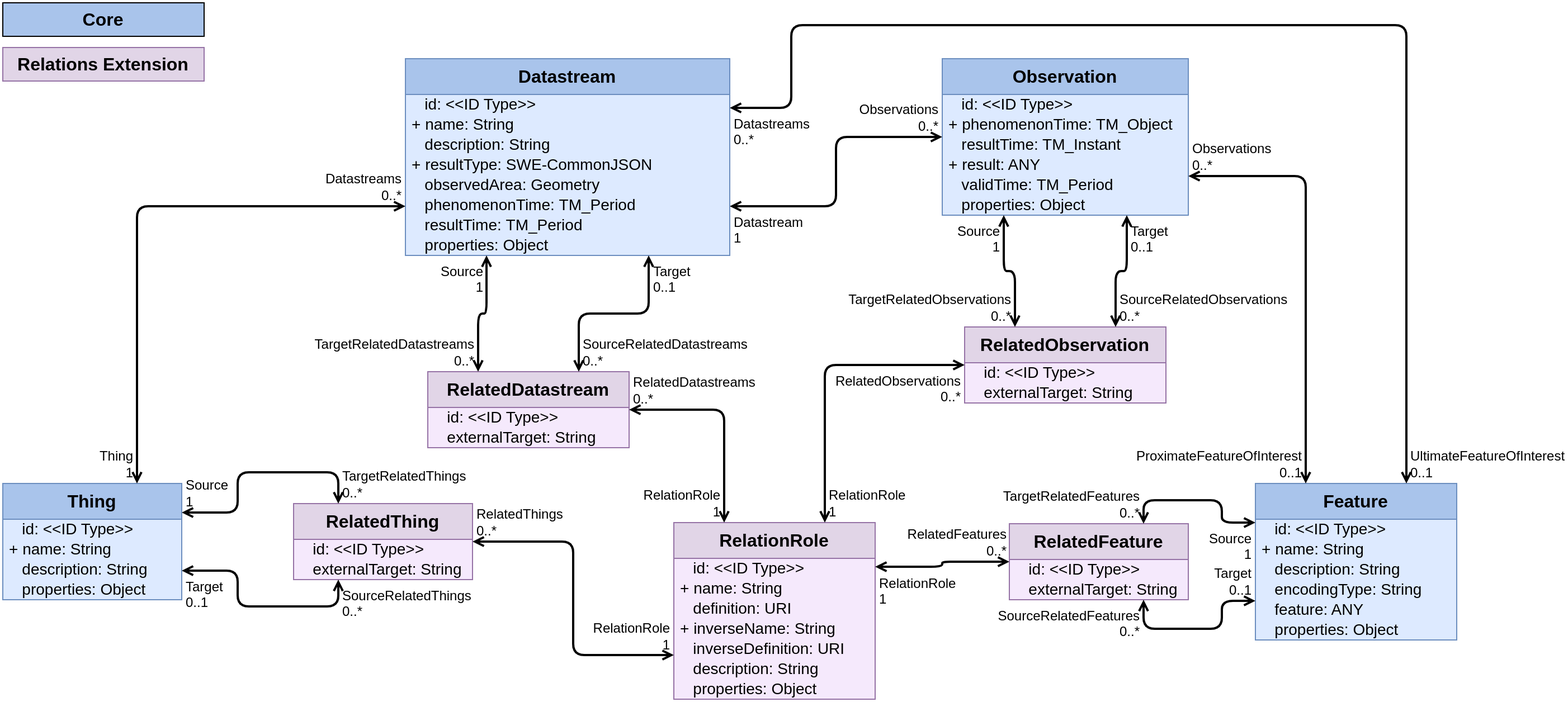
Before: figures/Datamodel-SensorThingsApi-V2-Relations.drawio.png, a diagram exported from draw.io (opengeospatial/sensorthings). Source tidied: cells renumbered, new cells last; positions are measured from the earlier drawing's top-left corner, leaving out a move shared by most shapes.
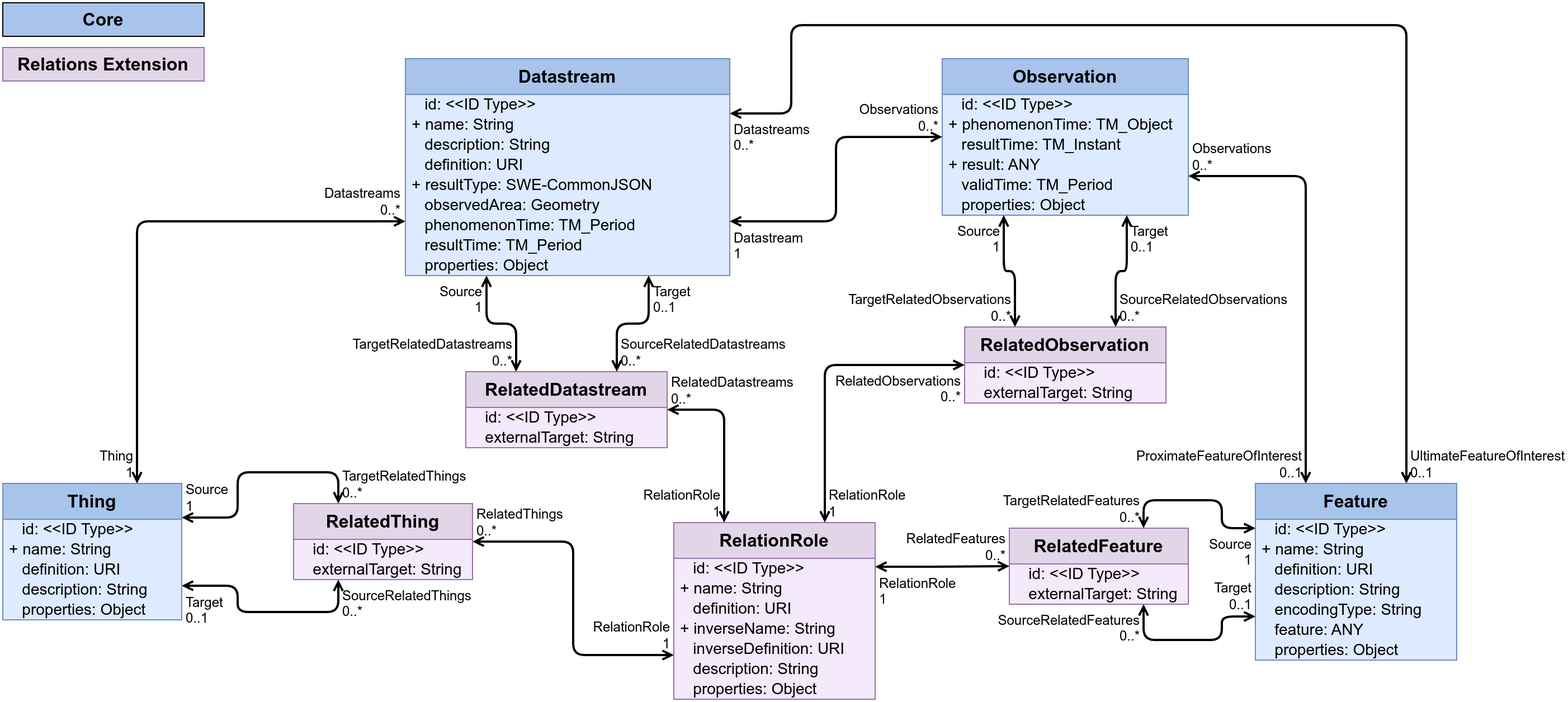
The same file after the commit.

What changed in the source:
```diff
@@ -3,7 +3,7 @@
     <mxCell id="0" />
     <mxCell id="1" parent="0" />
     <mxCell id="2" value="Datastream" style="swimlane;fontStyle=1;horizontal=1;startSize=32;fontSize=16;whiteSpace=wrap;html=1;fillColor=#A9C4EB;strokeColor=#6c8ebf;swimlaneFillColor=#DDEAFF;verticalAlign=top;" parent="1" vertex="1">
-      <mxGeometry x="360" y="50" width="290" height="176" as="geometry" />
+      <mxGeometry x="360" y="50" width="290" height="194" as="geometry" />
     </mxCell>
     <mxCell id="3" value="&amp;nbsp;&amp;nbsp;&amp;nbsp;id: &amp;lt;&amp;lt;ID Type&amp;gt;&amp;gt;" style="text;strokeColor=none;fillColor=none;align=left;verticalAlign=middle;spacingLeft=4;spacingRight=4;overflow=visible;html=1;fontSize=14;" parent="2" vertex="1">
       <mxGeometry y="32" width="290" height="18" as="geometry" />
@@ -14,23 +14,26 @@
     <mxCell id="5" value="&amp;nbsp; &amp;nbsp;description: String" style="text;strokeColor=none;fillColor=none;align=left;verticalAlign=middle;spacingLeft=4;spacingRight=4;overflow=visible;html=1;fontSize=14;" parent="2" vertex="1">
       <mxGeometry y="68" width="290" height="18" as="geometry" />
     </mxCell>
+    <mxCell id="100" value="&amp;nbsp;&amp;nbsp;&amp;nbsp;definition: URI" style="text;strokeColor=none;fillColor=none;align=left;verticalAlign=middle;spacingLeft=4;spacingRight=4;overflow=visible;html=1;fontSize=14;" parent="2" vertex="1">
+      <mxGeometry y="86" width="290" height="18" as="geometry" />
+    </mxCell>
     <mxCell id="6" value="+ resultType: SWE-CommonJSON" style="text;strokeColor=none;fillColor=none;align=left;verticalAlign=middle;spacingLeft=4;spacingRight=4;overflow=visible;html=1;fontSize=14;" parent="2" vertex="1">
-      <mxGeometry y="86" width="290" height="18" as="geometry" />
+      <mxGeometry y="104" width="290" height="18" as="geometry" />
     </mxCell>
     <mxCell id="7" value="&amp;nbsp;&amp;nbsp;&amp;nbsp;observedArea: Geometry" style="text;strokeColor=none;fillColor=none;align=left;verticalAlign=middle;spacingLeft=4;spacingRight=4;overflow=visible;html=1;fontSize=14;" parent="2" vertex="1">
-      <mxGeometry y="104" width="290" height="18" as="geometry" />
+      <mxGeometry y="122" width="290" height="18" as="geometry" />
     </mxCell>
     <mxCell id="8" value="&amp;nbsp;&amp;nbsp;&amp;nbsp;phenomenonTime:&amp;nbsp;TM_Period" style="text;strokeColor=none;fillColor=none;align=left;verticalAlign=middle;spacingLeft=4;spacingRight=4;overflow=visible;html=1;fontSize=14;" parent="2" vertex="1">
-      <mxGeometry y="122" width="290" height="18" as="geometry" />
+      <mxGeometry y="140" width="290" height="18" as="geometry" />
     </mxCell>
     <mxCell id="9" value="&amp;nbsp;&amp;nbsp;&amp;nbsp;resultTime:&amp;nbsp;TM_Period" style="text;strokeColor=none;fillColor=none;align=left;verticalAlign=middle;spacingLeft=4;spacingRight=4;overflow=visible;html=1;fontSize=14;" parent="2" vertex="1">
-      <mxGeometry y="140" width="290" height="18" as="geometry" />
+      <mxGeometry y="158" width="290" height="18" as="geometry" />
     </mxCell>
     <mxCell id="10" value="&amp;nbsp;&amp;nbsp;&amp;nbsp;properties: Object" style="text;strokeColor=none;fillColor=none;align=left;verticalAlign=middle;spacingLeft=4;spacingRight=4;overflow=visible;html=1;fontSize=14;" parent="2" vertex="1">
-      <mxGeometry y="158" width="290" height="18" as="geometry" />
+      <mxGeometry y="176" width="290" height="18" as="geometry" />
     </mxCell>
     <mxCell id="11" value="Feature" style="swimlane;fontStyle=1;horizontal=1;startSize=32;fontSize=16;whiteSpace=wrap;html=1;fillColor=#A9C4EB;strokeColor=#6c8ebf;swimlaneFillColor=#DDEAFF;verticalAlign=top;" parent="1" vertex="1">
-      <mxGeometry x="1120" y="430" width="180" height="140" as="geometry" />
+      <mxGeometry x="1120" y="430" width="180" height="158" as="geometry" />
     </mxCell>
     <mxCell id="12" value="&amp;nbsp;&amp;nbsp;&amp;nbsp;id: &amp;lt;&amp;lt;ID Type&amp;gt;&amp;gt;" style="text;strokeColor=none;fillColor=none;align=left;verticalAlign=middle;spacingLeft=4;spacingRight=4;overflow=visible;html=1;fontSize=14;" parent="11" vertex="1">
       <mxGeometry y="32" width="180" height="18" as="geometry" />
@@ -38,24 +41,28 @@
     <mxCell id="13" value="+ name: String" style="text;strokeColor=none;fillColor=none;align=left;verticalAlign=middle;spacingLeft=4;spacingRight=4;overflow=visible;html=1;fontSize=14;" parent="11" vertex="1">
       <mxGeometry y="50" width="180" height="18" as="geometry" />
     </mxCell>
+    <mxCell id="101" value="&amp;nbsp;&amp;nbsp;&amp;nbsp;definition: URI" style="text;strokeColor=none;fillColor=none;align=left;verticalAlign=middle;spacingLeft=4;spacingRight=4;overflow=visible;html=1;fontSize=14;" parent="11" vertex="1">
+      <mxGeometry y="68" width="180" height="18" as="geometry" />
+    </mxCell>
     <mxCell id="14" value="&amp;nbsp; &amp;nbsp;description: String" style="text;strokeColor=none;fillColor=none;align=left;verticalAlign=middle;spacingLeft=4;spacingRight=4;overflow=visible;html=1;fontSize=14;" parent="11" vertex="1">
-      <mxGeometry y="68" width="180" height="18" as="geometry" />
+      <mxGeometry y="86" width="180" height="18" as="geometry" />
     </mxCell>
     <mxCell id="15" value="&amp;nbsp; &amp;nbsp;encodingType: String" style="text;strokeColor=none;fillColor=none;align=left;verticalAlign=middle;spacingLeft=4;spacingRight=4;overflow=visible;html=1;fontSize=14;" parent="11" vertex="1">
-      <mxGeometry y="86" width="180" height="18" as="geometry" />
+      <mxGeometry y="104" width="180" height="18" as="geometry" />
     </mxCell>
     <mxCell id="16" value="&amp;nbsp; &amp;nbsp;feature: ANY" style="text;strokeColor=none;fillColor=none;align=left;verticalAlign=middle;spacingLeft=4;spacingRight=4;overflow=visible;html=1;fontSize=14;" parent="11" vertex="1">
-      <mxGeometry y="104" width="180" height="18" as="geometry" />
+      <mxGeometry y="122" width="180" height="18" as="geometry" />
     </mxCell>
     <mxCell id="17" value="&amp;nbsp;&amp;nbsp;&amp;nbsp;properties: Object" style="text;strokeColor=none;fillColor=none;align=left;verticalAlign=middle;spacingLeft=4;spacingRight=4;overflow=visible;html=1;fontSize=14;" parent="11" vertex="1">
-      <mxGeometry y="122" width="180" height="18" as="geometry" />
+      <mxGeometry y="140" width="180" height="18" as="geometry" />
     </mxCell>
     <mxCell id="18" style="endArrow=open;startArrow=open;html=1;rounded=1;exitX=0.75;exitY=0;exitDx=0;exitDy=0;edgeStyle=orthogonalEdgeStyle;entryX=1;entryY=0.25;entryDx=0;entryDy=0;curved=0;strokeWidth=2;startFill=0;endFill=0;" parent="1" edge="1" source="11" target="2">
       <mxGeometry relative="1" as="geometry">
         <Array as="points">
           <mxPoint x="1255" y="20" />
           <mxPoint x="705" y="20" />
-          <mxPoint x="705" y="94" />
+          <mxPoint x="705" y="99" />
+          <mxPoint x="650" y="99" />
         </Array>
       </mxGeometry>
     </mxCell>
@@ -105,7 +112,7 @@
       <mxGeometry x="1" relative="1" as="geometry" />
     </mxCell>
     <mxCell id="34" value="RelatedDatastream" style="swimlane;fontStyle=1;horizontal=1;startSize=32;fontSize=16;whiteSpace=wrap;html=1;fillColor=#e1d5e7;strokeColor=#9673a6;swimlaneFillColor=#F5E9FC;" parent="1" vertex="1">
-      <mxGeometry x="380" y="330" width="180" height="68" as="geometry" />
+      <mxGeometry x="414" y="330" width="180" height="68" as="geometry" />
     </mxCell>
     <mxCell id="35" value="&amp;nbsp;&amp;nbsp;&amp;nbsp;id: &amp;lt;&amp;lt;ID Type&amp;gt;&amp;gt;" style="text;strokeColor=none;fillColor=none;align=left;verticalAlign=middle;spacingLeft=4;spacingRight=4;overflow=visible;html=1;fontSize=14;" parent="34" vertex="1">
       <mxGeometry y="32" width="180" height="18" as="geometry" />
@@ -132,7 +139,7 @@
       <mxGeometry x="1" relative="1" as="geometry" />
     </mxCell>
     <mxCell id="43" value="RelatedFeature" style="swimlane;fontStyle=1;horizontal=1;startSize=32;fontSize=16;whiteSpace=wrap;html=1;fillColor=#e1d5e7;strokeColor=#9673a6;swimlaneFillColor=#F5E9FC;" parent="1" vertex="1">
-      <mxGeometry x="900" y="466" width="160" height="68" as="geometry" />
+      <mxGeometry x="900" y="470" width="160" height="68" as="geometry" />
     </mxCell>
     <mxCell id="44" value="&amp;nbsp;&amp;nbsp;&amp;nbsp;id: &amp;lt;&amp;lt;ID Type&amp;gt;&amp;gt;" style="text;strokeColor=none;fillColor=none;align=left;verticalAlign=middle;spacingLeft=4;spacingRight=4;overflow=visible;html=1;fontSize=14;" parent="43" vertex="1">
       <mxGeometry y="32" width="160" height="18" as="geometry" />
@@ -145,7 +152,8 @@
         <Array as="points">
           <mxPoint x="1020" y="445" />
           <mxPoint x="1090" y="445" />
-          <mxPoint x="1090" y="465" />
+          <mxPoint x="1090" y="470" />
+          <mxPoint x="1120" y="470" />
         </Array>
       </mxGeometry>
     </mxCell>
@@ -158,9 +166,10 @@
     <mxCell id="49" style="endArrow=open;startArrow=open;html=1;rounded=1;edgeStyle=orthogonalEdgeStyle;entryX=0;entryY=0.75;entryDx=0;entryDy=0;exitX=0.75;exitY=1;exitDx=0;exitDy=0;strokeWidth=2;curved=0;startFill=0;endFill=0;" parent="1" edge="1" source="43" target="11">
       <mxGeometry relative="1" as="geometry">
         <Array as="points">
-          <mxPoint x="1020" y="560" />
-          <mxPoint x="1090" y="560" />
-          <mxPoint x="1090" y="535" />
+          <mxPoint x="1020" y="570" />
+          <mxPoint x="1090" y="570" />
+          <mxPoint x="1090" y="549" />
+          <mxPoint x="1120" y="549" />
         </Array>
       </mxGeometry>
     </mxCell>
@@ -267,7 +276,7 @@
       <mxGeometry x="1" relative="1" as="geometry" />
     </mxCell>
     <mxCell id="84" value="Thing" style="swimlane;fontStyle=1;horizontal=1;startSize=32;fontSize=16;whiteSpace=wrap;html=1;fillColor=#A9C4EB;strokeColor=#6c8ebf;swimlaneFillColor=#DDEAFF;verticalAlign=top;" parent="1" vertex="1">
-      <mxGeometry y="430" width="160" height="104" as="geometry" />
+      <mxGeometry y="430" width="160" height="122" as="geometry" />
     </mxCell>
     <mxCell id="85" value="&amp;nbsp;&amp;nbsp;&amp;nbsp;id: &amp;lt;&amp;lt;ID Type&amp;gt;&amp;gt;" style="text;strokeColor=none;fillColor=none;align=left;verticalAlign=middle;spacingLeft=4;spacingRight=4;overflow=visible;html=1;fontSize=14;" parent="84" vertex="1">
       <mxGeometry y="32" width="160" height="18" as="geometry" />
@@ -275,18 +284,21 @@
     <mxCell id="86" value="+ name: String" style="text;strokeColor=none;fillColor=none;align=left;verticalAlign=middle;spacingLeft=4;spacingRight=4;overflow=visible;html=1;fontSize=14;" parent="84" vertex="1">
       <mxGeometry y="50" width="160" height="18" as="geometry" />
     </mxCell>
+    <mxCell id="102" value="&amp;nbsp;&amp;nbsp;&amp;nbsp;definition: URI" style="text;strokeColor=none;fillColor=none;align=left;verticalAlign=middle;spacingLeft=4;spacingRight=4;overflow=visible;html=1;fontSize=14;" parent="84" vertex="1">
+      <mxGeometry y="68" width="160" height="18" as="geometry" />
+    </mxCell>
     <mxCell id="87" value="&amp;nbsp; &amp;nbsp;description: String" style="text;strokeColor=none;fillColor=none;align=left;verticalAlign=middle;spacingLeft=4;spacingRight=4;overflow=visible;html=1;fontSize=14;" parent="84" vertex="1">
-      <mxGeometry y="68" width="160" height="18" as="geometry" />
+      <mxGeometry y="86" width="160" height="18" as="geometry" />
     </mxCell>
     <mxCell id="88" value="&amp;nbsp;&amp;nbsp;&amp;nbsp;properties: Object" style="text;strokeColor=none;fillColor=none;align=left;verticalAlign=middle;spacingLeft=4;spacingRight=4;overflow=visible;html=1;fontSize=14;" parent="84" vertex="1">
-      <mxGeometry y="86" width="160" height="18" as="geometry" />
+      <mxGeometry y="104" width="160" height="18" as="geometry" />
     </mxCell>
     <mxCell id="89" style="endArrow=open;startArrow=open;html=1;rounded=1;entryX=0.25;entryY=1;entryDx=0;entryDy=0;edgeStyle=orthogonalEdgeStyle;exitX=1;exitY=0.75;exitDx=0;exitDy=0;strokeWidth=2;curved=0;startFill=0;endFill=0;" parent="1" edge="1" source="84" target="61">
       <mxGeometry relative="1" as="geometry">
         <Array as="points">
-          <mxPoint x="210" y="508" />
-          <mxPoint x="210" y="540" />
-          <mxPoint x="300" y="540" />
+          <mxPoint x="210" y="521" />
+          <mxPoint x="210" y="545" />
+          <mxPoint x="300" y="545" />
         </Array>
       </mxGeometry>
     </mxCell>
```
